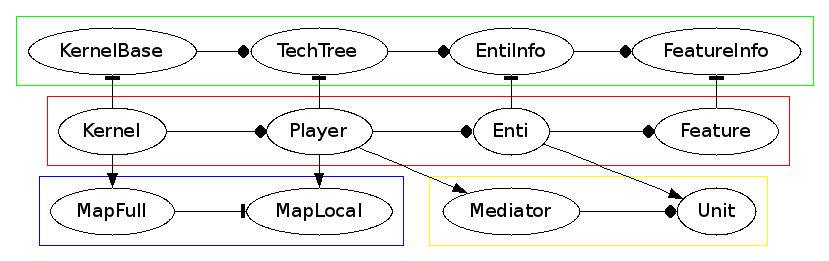
The Graphviz diagram Docs/dot/Strategix.dot.png in Akela1101/strategix, before a commit. Its source is kept beside it as Docs/dot/Strategix.dot. Its diagram source:
```dot
digraph G
{
	rankdir = LR;

	subgraph cluster2
	{
		color = blue;
		MapFull -> MapLocal [arrowhead = tee arrowtail = tee]
	}

	subgraph cluster3
	{
		color = yellow;
		Mediator -> Unit [arrowhead = dot]
	}

	subgraph cluster0
	{
		color = red;
		Kernel -> Player [arrowhead = dot]
		Player -> Enti [arrowhead = dot]
		Enti -> Feature [arrowhead = dot]
	}

	subgraph cluster1
	{
		color = green;
		KernelBase -> TechTree [arrowhead = dot]
		TechTree -> EntiInfo [arrowhead = dot]
		EntiInfo -> FeatureInfo [arrowhead = dot]
	}

	Kernel -> MapFull
	Kernel -> KernelBase [arrowhead = tee]

	Player -> Mediator
	Player -> TechTree [arrowhead = tee]
	Player -> MapLocal

	Enti -> Unit
	Enti -> EntiInfo [arrowhead = tee]

	Feature -> FeatureInfo [arrowhead = tee]

	{rank = same; Kernel; KernelBase; MapFull;}
	{rank = same; Player; MapLocal; TechTree}
}
```
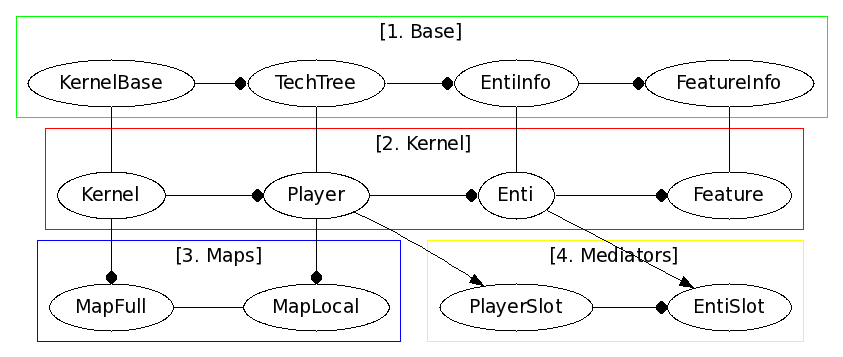
Later version of the same file.

Change to the diagram source:
```diff
@@ -4,18 +4,21 @@
 
 	subgraph cluster2
 	{
+		label = "[3. Maps]"
 		color = blue;
-		MapFull -> MapLocal [arrowhead = tee arrowtail = tee]
+		MapFull -> MapLocal [arrowhead = none]
 	}
 
 	subgraph cluster3
 	{
+		label = "[4. Mediators]"
 		color = yellow;
-		Mediator -> Unit [arrowhead = dot]
+		PlayerSlot -> EntiSlot [arrowhead = dot]
 	}
 
 	subgraph cluster0
 	{
+		label = "[2. Kernel]"
 		color = red;
 		Kernel -> Player [arrowhead = dot]
 		Player -> Enti [arrowhead = dot]
@@ -24,23 +27,24 @@
 
 	subgraph cluster1
 	{
+		label = "[1. Base]"
 		color = green;
 		KernelBase -> TechTree [arrowhead = dot]
 		TechTree -> EntiInfo [arrowhead = dot]
 		EntiInfo -> FeatureInfo [arrowhead = dot]
 	}
 
-	Kernel -> MapFull
-	Kernel -> KernelBase [arrowhead = tee]
+	Kernel -> MapFull [arrowhead = dot]
+	Kernel -> KernelBase [arrowhead = none]
 
-	Player -> Mediator
-	Player -> TechTree [arrowhead = tee]
-	Player -> MapLocal
+	Player -> PlayerSlot
+	Player -> TechTree [arrowhead = none]
+	Player -> MapLocal [arrowhead = dot]
 
-	Enti -> Unit
-	Enti -> EntiInfo [arrowhead = tee]
+	Enti -> EntiSlot
+	Enti -> EntiInfo [arrowhead = none]
 
-	Feature -> FeatureInfo [arrowhead = tee]
+	Feature -> FeatureInfo [arrowhead = none]
 
 	{rank = same; Kernel; KernelBase; MapFull;}
 	{rank = same; Player; MapLocal; TechTree}
```
